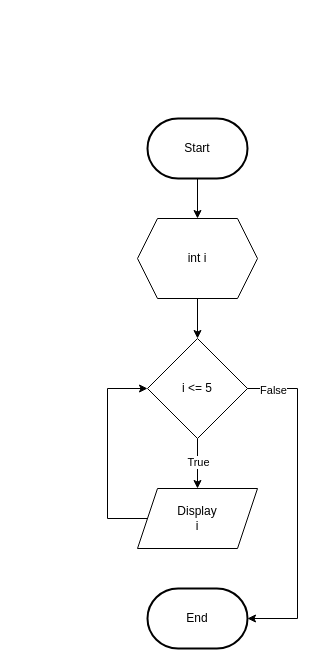
The draw.io diagram page "While" (5 of 6) of Flowchart_PendaModul2.drawio in elikawicaksana/BuildIT_BasisData, before the edit. Source tidied: cells renumbered, new cells numbered last; positions are measured from the earlier drawing's top-left corner, leaving out a move shared by most shapes. Both pictures are drawn from the tidied source at 100%, with x=0, y=0 at pixel (107, 118).
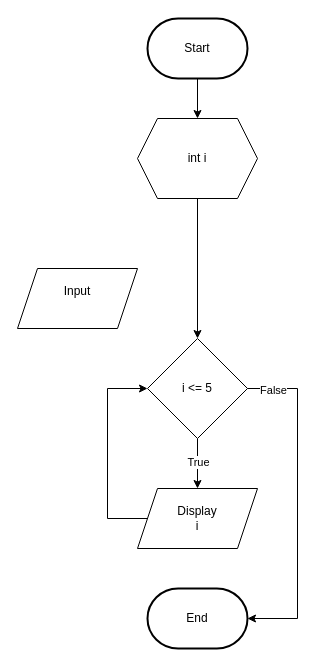
After the change.

Diff of the diagram source:
```diff
@@
 <mxGraphModel>
   <root>
     <mxCell id="0" />
     <mxCell id="1" parent="0" />
     <mxCell id="2" style="edgeStyle=orthogonalEdgeStyle;rounded=0;jettySize=auto;html=1;entryX=0.5;entryY=0;entryDx=0;entryDy=0;" parent="1" edge="1" source="3" target="6">
       <mxGeometry relative="1" as="geometry" />
     </mxCell>
     <mxCell id="3" value="Start" style="strokeWidth=2;html=1;shape=mxgraph.flowchart.terminator;whiteSpace=wrap;" parent="1" vertex="1">
-      <mxGeometry x="40" width="100" height="60" as="geometry" />
+      <mxGeometry x="40" y="-100" width="100" height="60" as="geometry" />
     </mxCell>
     <mxCell id="4" value="End" style="strokeWidth=2;html=1;shape=mxgraph.flowchart.terminator;whiteSpace=wrap;" parent="1" vertex="1">
       <mxGeometry x="40" y="470" width="100" height="60" as="geometry" />
     </mxCell>
     <mxCell id="5" style="edgeStyle=orthogonalEdgeStyle;rounded=0;jettySize=auto;html=1;entryX=0.5;entryY=0;entryDx=0;entryDy=0;" parent="1" edge="1" source="6" target="9">
       <mxGeometry relative="1" as="geometry" />
     </mxCell>
     <mxCell id="6" value="int i" style="shape=hexagon;perimeter=hexagonPerimeter2;whiteSpace=wrap;html=1;fixedSize=1;" parent="1" vertex="1">
-      <mxGeometry x="30" y="100" width="120" height="80" as="geometry" />
+      <mxGeometry x="30" width="120" height="80" as="geometry" />
     </mxCell>
     <mxCell id="7" style="edgeStyle=orthogonalEdgeStyle;rounded=0;jettySize=auto;html=1;" parent="1" edge="1" source="9" target="11">
       <mxGeometry relative="1" as="geometry" />
     </mxCell>
     <mxCell id="8" value="True" style="edgeLabel;html=1;align=center;verticalAlign=middle;" parent="7" vertex="1">
       <mxGeometry x="-0.08" relative="1" as="geometry" />
     </mxCell>
     <mxCell id="9" value="i &amp;lt;= 5" style="rhombus;whiteSpace=wrap;html=1;" parent="1" vertex="1">
       <mxGeometry x="40" y="220" width="100" height="100" as="geometry" />
     </mxCell>
     <mxCell id="10" style="edgeStyle=orthogonalEdgeStyle;rounded=0;jettySize=auto;html=1;entryX=0;entryY=0.5;entryDx=0;entryDy=0;" parent="1" edge="1" source="11" target="9">
       <mxGeometry relative="1" as="geometry">
         <Array as="points">
           <mxPoint y="400" />
           <mxPoint y="270" />
         </Array>
       </mxGeometry>
     </mxCell>
     <mxCell id="11" value="&lt;font face=&quot;Helvetica&quot; style=&quot;font-size: 12px;&quot;&gt;Display&lt;/font&gt;&lt;div&gt;i&lt;/div&gt;" style="shape=parallelogram;perimeter=parallelogramPerimeter;whiteSpace=wrap;html=1;fixedSize=1;" parent="1" vertex="1">
       <mxGeometry x="30" y="370" width="120" height="60" as="geometry" />
     </mxCell>
     <mxCell id="12" style="edgeStyle=orthogonalEdgeStyle;rounded=0;jettySize=auto;html=1;entryX=1;entryY=0.5;entryDx=0;entryDy=0;entryPerimeter=0;" parent="1" edge="1" source="9" target="4">
       <mxGeometry relative="1" as="geometry">
         <Array as="points">
           <mxPoint x="190" y="270" />
           <mxPoint x="190" y="500" />
         </Array>
       </mxGeometry>
     </mxCell>
     <mxCell id="13" value="False" style="edgeLabel;html=1;align=center;verticalAlign=middle;" parent="12" vertex="1">
       <mxGeometry x="-0.85" y="-1" relative="1" as="geometry" />
     </mxCell>
+    <mxCell id="14" value="Input&lt;div&gt;&lt;br&gt;&lt;/div&gt;" style="shape=parallelogram;perimeter=parallelogramPerimeter;whiteSpace=wrap;html=1;fixedSize=1;" parent="1" vertex="1">
+      <mxGeometry x="-90" y="150" width="120" height="60" as="geometry" />
+    </mxCell>
   </root>
 </mxGraphModel>
```
